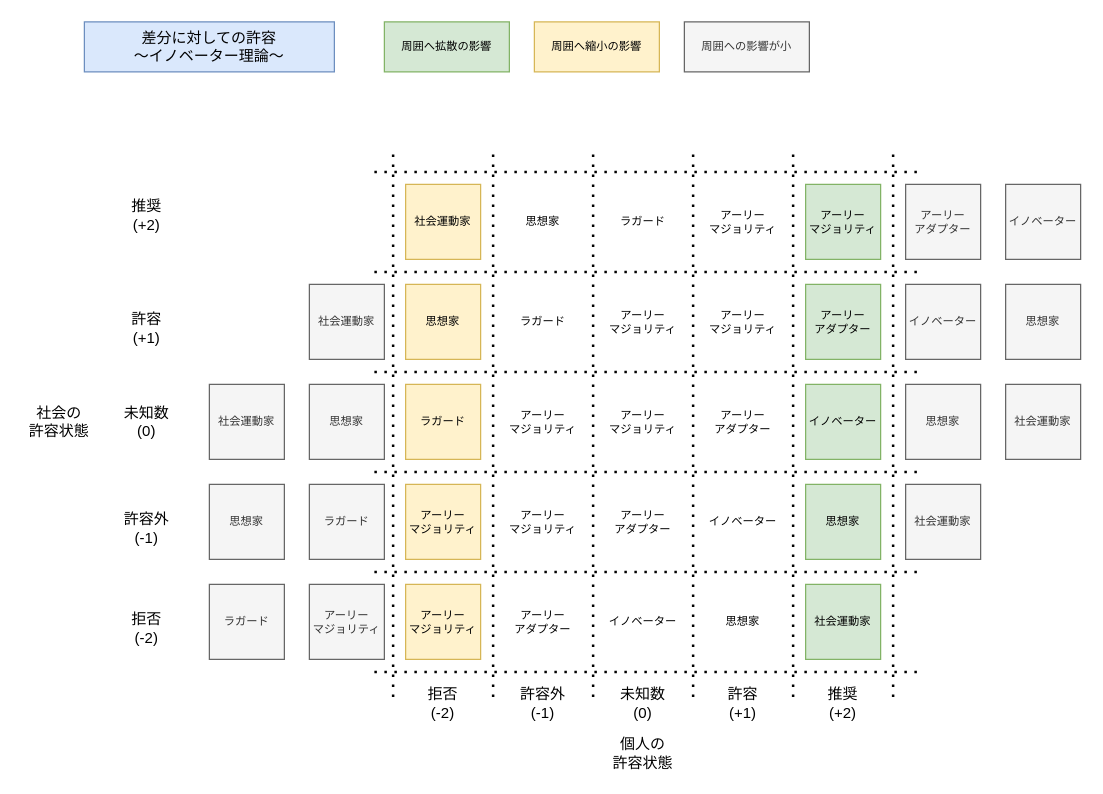
Above: qiita_differennce3.drawio in YossyIto/booklog_drowio (draw.io), before the change. Source tidied: cells renumbered, new cells numbered last; positions are measured from the earlier drawing's top-left corner, leaving out a move shared by most shapes. Both pictures are drawn from the tidied source at 125%, with x=0, y=0 at pixel (21, 21).
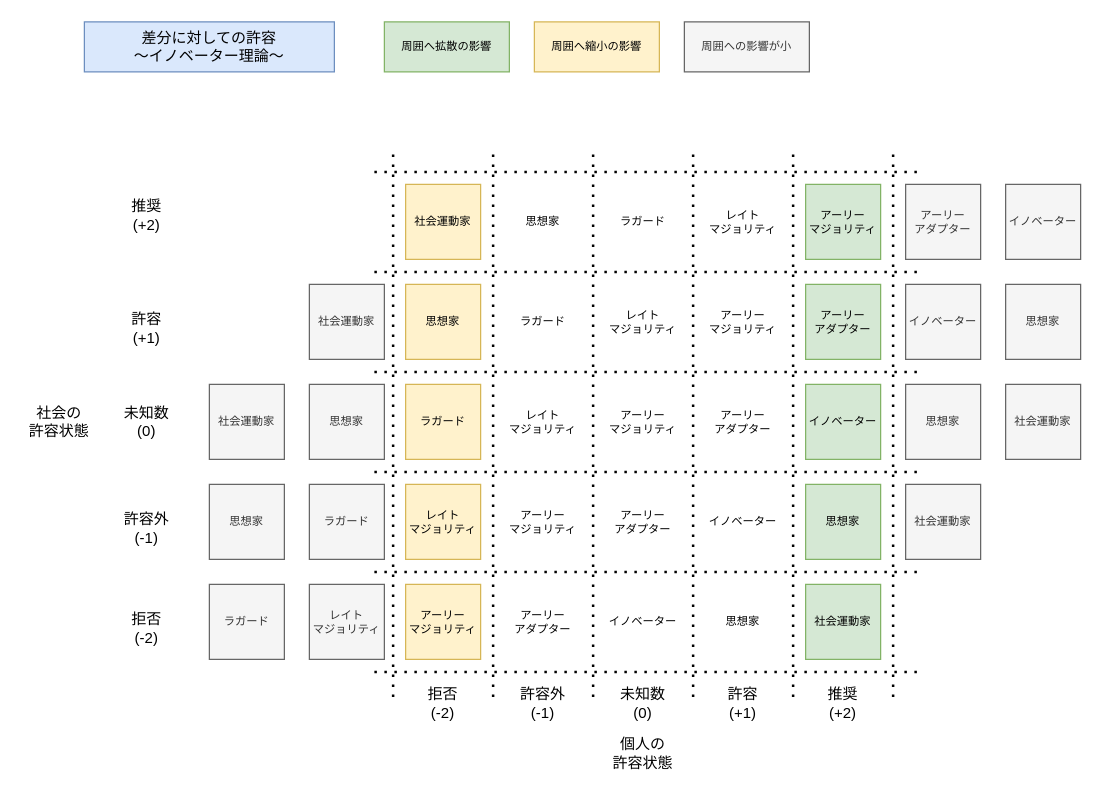
Above is the later version.

Commit message (it also covers changes not shown here):
qiita_differennce3.drawio を更新します

Diff of the diagram source:
```diff
@@
-    <mxCell id="25" value="アーリー&lt;br&gt;&lt;div&gt;マジョリティ&lt;/div&gt;" style="text;html=1;align=center;verticalAlign=middle;whiteSpace=wrap;rounded=0;fontSize=9;" parent="1" vertex="1">
+    <mxCell id="25" value="レイト&lt;br&gt;&lt;div&gt;マジョリティ&lt;/div&gt;" style="text;html=1;align=center;verticalAlign=middle;whiteSpace=wrap;rounded=0;fontSize=9;" parent="1" vertex="1">
       <mxGeometry x="387" y="290" width="60" height="60" as="geometry" />
     </mxCell>
@@
-    <mxCell id="34" value="アーリー&lt;br&gt;&lt;div&gt;マジョリティ&lt;/div&gt;" style="text;html=1;align=center;verticalAlign=middle;whiteSpace=wrap;rounded=0;fontSize=9;" parent="1" vertex="1">
+    <mxCell id="34" value="レイト&lt;br&gt;&lt;div&gt;マジョリティ&lt;/div&gt;" style="text;html=1;align=center;verticalAlign=middle;whiteSpace=wrap;rounded=0;fontSize=9;" parent="1" vertex="1">
       <mxGeometry x="467" y="210" width="60" height="60" as="geometry" />
     </mxCell>
@@
-    <mxCell id="40" value="アーリー&lt;br&gt;&lt;div&gt;マジョリティ&lt;/div&gt;" style="text;html=1;align=center;verticalAlign=middle;whiteSpace=wrap;rounded=0;fontSize=9;" parent="1" vertex="1">
+    <mxCell id="40" value="レイト&lt;br&gt;&lt;div&gt;マジョリティ&lt;/div&gt;" style="text;html=1;align=center;verticalAlign=middle;whiteSpace=wrap;rounded=0;fontSize=9;" parent="1" vertex="1">
       <mxGeometry x="547" y="130" width="60" height="60" as="geometry" />
     </mxCell>
@@
-    <mxCell id="47" value="アーリー&lt;br&gt;&lt;div&gt;マジョリティ&lt;/div&gt;" style="text;html=1;align=center;verticalAlign=middle;whiteSpace=wrap;rounded=0;fontSize=9;fillColor=#fff2cc;strokeColor=#d6b656;" parent="1" vertex="1">
+    <mxCell id="47" value="レイト&lt;br&gt;&lt;div&gt;マジョリティ&lt;/div&gt;" style="text;html=1;align=center;verticalAlign=middle;whiteSpace=wrap;rounded=0;fontSize=9;fillColor=#fff2cc;strokeColor=#d6b656;" parent="1" vertex="1">
       <mxGeometry x="307" y="370" width="60" height="60" as="geometry" />
     </mxCell>
@@
-    <mxCell id="64" value="アーリー&lt;br&gt;&lt;div&gt;マジョリティ&lt;/div&gt;" style="text;html=1;align=center;verticalAlign=middle;whiteSpace=wrap;rounded=0;fontSize=9;fillColor=#f5f5f5;fontColor=#333333;strokeColor=#666666;" parent="1" vertex="1">
+    <mxCell id="64" value="レイト&lt;br&gt;&lt;div&gt;マジョリティ&lt;/div&gt;" style="text;html=1;align=center;verticalAlign=middle;whiteSpace=wrap;rounded=0;fontSize=9;fillColor=#f5f5f5;fontColor=#333333;strokeColor=#666666;" parent="1" vertex="1">
       <mxGeometry x="230" y="450" width="60" height="60" as="geometry" />
     </mxCell>
```
